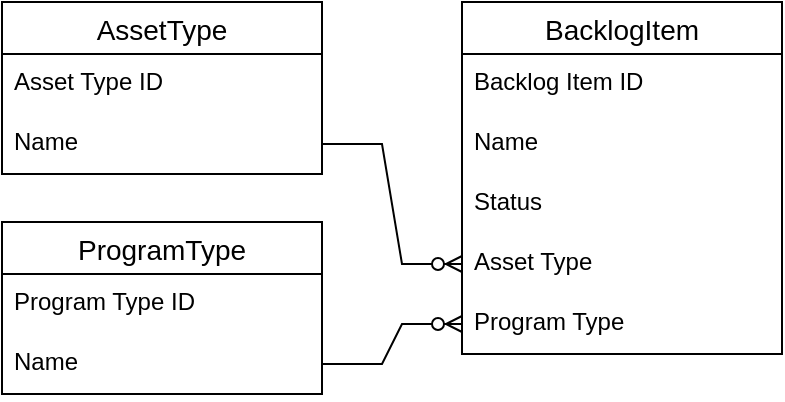
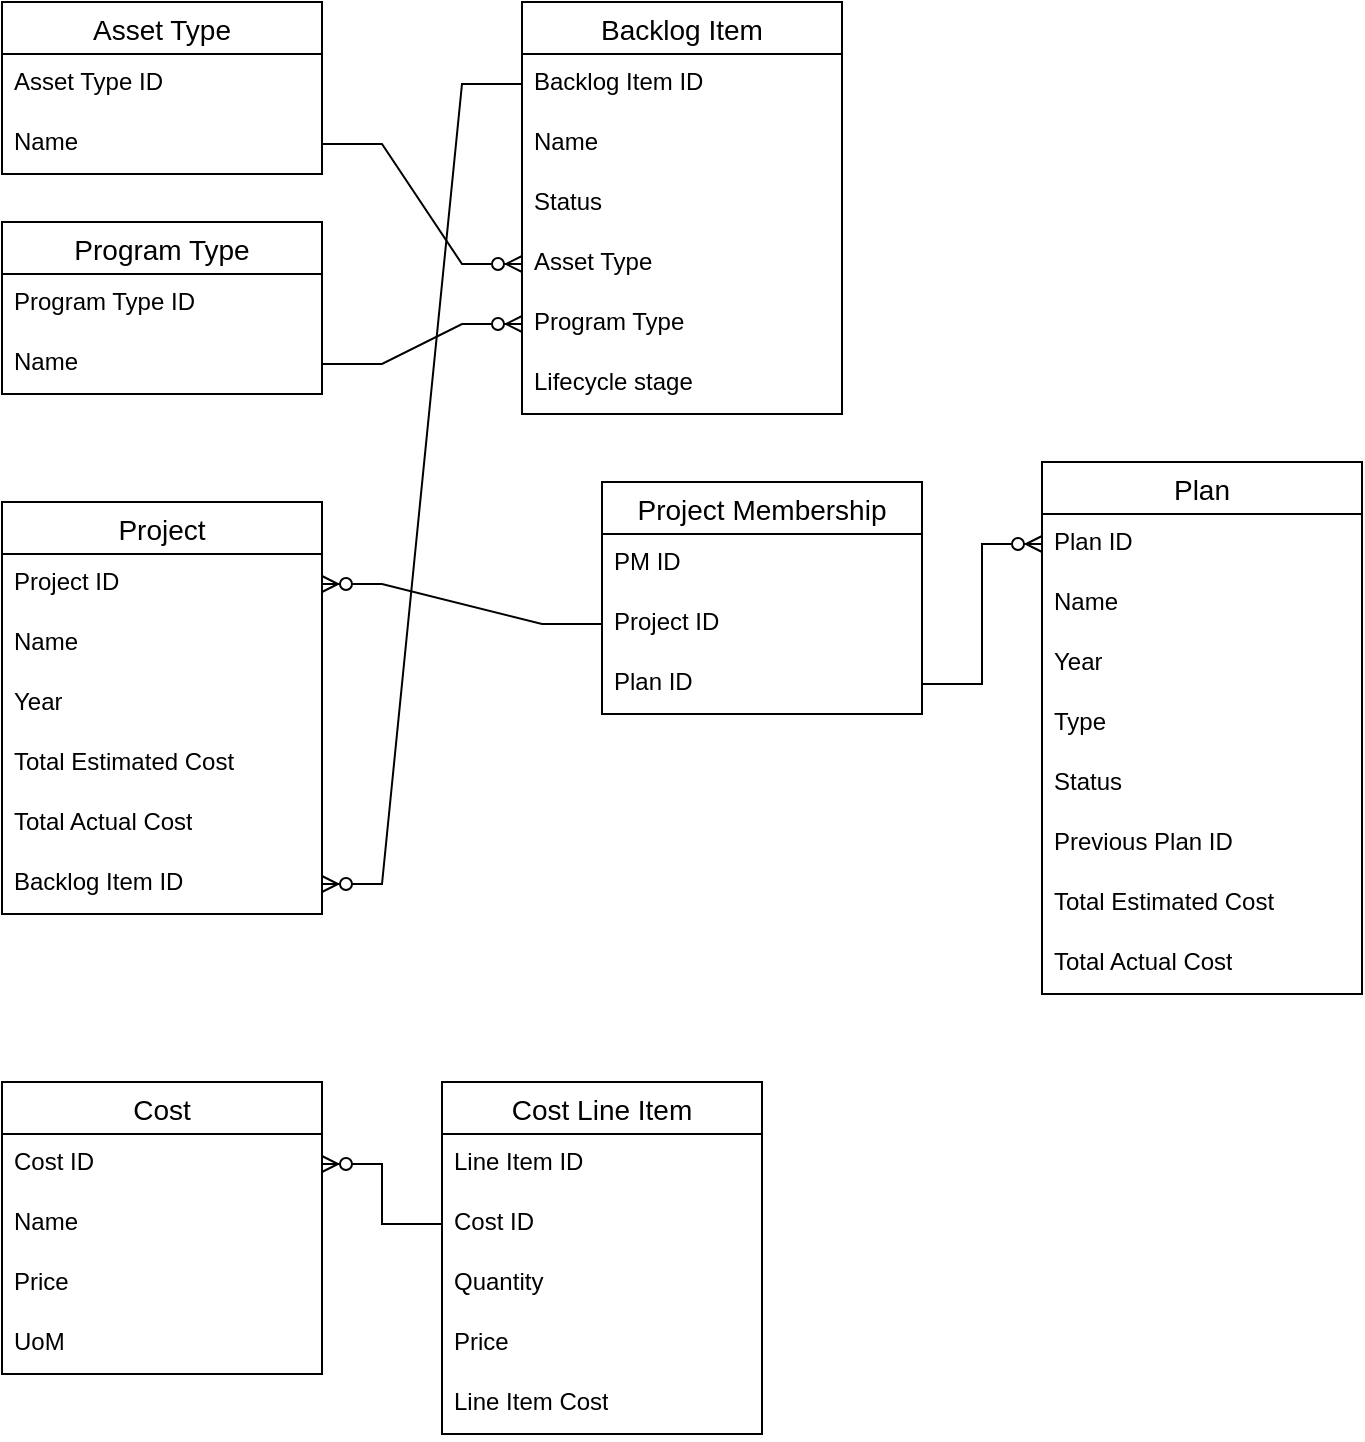
<mxfile host="app.diagrams.net" agent="Mozilla/5.0 (Windows NT 10.0; Win64; x64; rv:152.0) Gecko/20100101 Firefox/152.0">
  <diagram name="Page-1" id="SS4VlzMvfaLE4J7oMdR6">
    <mxGraphModel dx="1178" dy="649" grid="1" gridSize="10" guides="1" tooltips="1" connect="1" arrows="1" fold="1" page="1" pageScale="1" pageWidth="850" pageHeight="1100" math="0" shadow="0">
      <root>
        <mxCell id="0" />
        <mxCell id="1" parent="0" />
-         <mxCell id="-pVWP6vscBkAqgU3yTl7-28" parent="1" style="swimlane;fontStyle=0;childLayout=stackLayout;horizontal=1;startSize=26;horizontalStack=0;resizeParent=1;resizeParentMax=0;resizeLast=0;collapsible=1;marginBottom=0;align=center;fontSize=14;" value="BacklogItem" vertex="1">
-           <mxGeometry height="176" width="160" x="270" y="40" as="geometry">
+         <mxCell id="-pVWP6vscBkAqgU3yTl7-28" parent="1" style="swimlane;fontStyle=0;childLayout=stackLayout;horizontal=1;startSize=26;horizontalStack=0;resizeParent=1;resizeParentMax=0;resizeLast=0;collapsible=1;marginBottom=0;align=center;fontSize=14;" value="Backlog Item" vertex="1">
+           <mxGeometry height="206" width="160" x="300" y="40" as="geometry">
            <mxRectangle height="30" width="120" x="320" y="220" as="alternateBounds" />
          </mxGeometry>
        </mxCell>
        <mxCell id="-pVWP6vscBkAqgU3yTl7-29" parent="-pVWP6vscBkAqgU3yTl7-28" style="text;strokeColor=none;fillColor=none;spacingLeft=4;spacingRight=4;overflow=hidden;rotatable=0;points=[[0,0.5],[1,0.5]];portConstraint=eastwest;fontSize=12;whiteSpace=wrap;html=1;" value="Backlog Item ID" vertex="1">
          <mxGeometry height="30" width="160" y="26" as="geometry" />
        </mxCell>
        <mxCell id="-pVWP6vscBkAqgU3yTl7-30" parent="-pVWP6vscBkAqgU3yTl7-28" style="text;strokeColor=none;fillColor=none;spacingLeft=4;spacingRight=4;overflow=hidden;rotatable=0;points=[[0,0.5],[1,0.5]];portConstraint=eastwest;fontSize=12;whiteSpace=wrap;html=1;" value="Name" vertex="1">
          <mxGeometry height="30" width="160" y="56" as="geometry" />
        </mxCell>
        <mxCell id="-pVWP6vscBkAqgU3yTl7-31" parent="-pVWP6vscBkAqgU3yTl7-28" style="text;strokeColor=none;fillColor=none;spacingLeft=4;spacingRight=4;overflow=hidden;rotatable=0;points=[[0,0.5],[1,0.5]];portConstraint=eastwest;fontSize=12;whiteSpace=wrap;html=1;" value="Status" vertex="1">
          <mxGeometry height="30" width="160" y="86" as="geometry" />
        </mxCell>
        <mxCell id="-pVWP6vscBkAqgU3yTl7-32" parent="-pVWP6vscBkAqgU3yTl7-28" style="text;strokeColor=none;fillColor=none;spacingLeft=4;spacingRight=4;overflow=hidden;rotatable=0;points=[[0,0.5],[1,0.5]];portConstraint=eastwest;fontSize=12;whiteSpace=wrap;html=1;" value="Asset Type" vertex="1">
          <mxGeometry height="30" width="160" y="116" as="geometry" />
        </mxCell>
        <mxCell id="-pVWP6vscBkAqgU3yTl7-40" parent="-pVWP6vscBkAqgU3yTl7-28" style="text;strokeColor=none;fillColor=none;spacingLeft=4;spacingRight=4;overflow=hidden;rotatable=0;points=[[0,0.5],[1,0.5]];portConstraint=eastwest;fontSize=12;whiteSpace=wrap;html=1;" value="Program Type" vertex="1">
          <mxGeometry height="30" width="160" y="146" as="geometry" />
        </mxCell>
-         <mxCell id="-pVWP6vscBkAqgU3yTl7-33" parent="1" style="swimlane;fontStyle=0;childLayout=stackLayout;horizontal=1;startSize=26;horizontalStack=0;resizeParent=1;resizeParentMax=0;resizeLast=0;collapsible=1;marginBottom=0;align=center;fontSize=14;" value="AssetType" vertex="1">
+         <mxCell id="-pVWP6vscBkAqgU3yTl7-57" parent="-pVWP6vscBkAqgU3yTl7-28" style="text;strokeColor=none;fillColor=none;spacingLeft=4;spacingRight=4;overflow=hidden;rotatable=0;points=[[0,0.5],[1,0.5]];portConstraint=eastwest;fontSize=12;whiteSpace=wrap;html=1;" value="Lifecycle stage" vertex="1">
+           <mxGeometry height="30" width="160" y="176" as="geometry" />
+         </mxCell>
+         <mxCell id="-pVWP6vscBkAqgU3yTl7-33" parent="1" style="swimlane;fontStyle=0;childLayout=stackLayout;horizontal=1;startSize=26;horizontalStack=0;resizeParent=1;resizeParentMax=0;resizeLast=0;collapsible=1;marginBottom=0;align=center;fontSize=14;" value="Asset Type" vertex="1">
          <mxGeometry height="86" width="160" x="40" y="40" as="geometry" />
        </mxCell>
        <mxCell id="-pVWP6vscBkAqgU3yTl7-34" parent="-pVWP6vscBkAqgU3yTl7-33" style="text;strokeColor=none;fillColor=none;spacingLeft=4;spacingRight=4;overflow=hidden;rotatable=0;points=[[0,0.5],[1,0.5]];portConstraint=eastwest;fontSize=12;whiteSpace=wrap;html=1;" value="Asset Type ID" vertex="1">
          <mxGeometry height="30" width="160" y="26" as="geometry" />
        </mxCell>
        <mxCell id="-pVWP6vscBkAqgU3yTl7-35" parent="-pVWP6vscBkAqgU3yTl7-33" style="text;strokeColor=none;fillColor=none;spacingLeft=4;spacingRight=4;overflow=hidden;rotatable=0;points=[[0,0.5],[1,0.5]];portConstraint=eastwest;fontSize=12;whiteSpace=wrap;html=1;" value="Name" vertex="1">
          <mxGeometry height="30" width="160" y="56" as="geometry" />
        </mxCell>
        <mxCell id="-pVWP6vscBkAqgU3yTl7-39" edge="1" parent="1" source="-pVWP6vscBkAqgU3yTl7-35" style="edgeStyle=entityRelationEdgeStyle;fontSize=12;html=1;endArrow=ERzeroToMany;endFill=1;rounded=0;" target="-pVWP6vscBkAqgU3yTl7-32" value="">
          <mxGeometry height="100" relative="1" width="100" as="geometry">
            <mxPoint x="160" y="440" as="sourcePoint" />
            <mxPoint x="260" y="340" as="targetPoint" />
          </mxGeometry>
        </mxCell>
-         <mxCell id="-pVWP6vscBkAqgU3yTl7-41" parent="1" style="swimlane;fontStyle=0;childLayout=stackLayout;horizontal=1;startSize=26;horizontalStack=0;resizeParent=1;resizeParentMax=0;resizeLast=0;collapsible=1;marginBottom=0;align=center;fontSize=14;" value="ProgramType" vertex="1">
+         <mxCell id="-pVWP6vscBkAqgU3yTl7-41" parent="1" style="swimlane;fontStyle=0;childLayout=stackLayout;horizontal=1;startSize=26;horizontalStack=0;resizeParent=1;resizeParentMax=0;resizeLast=0;collapsible=1;marginBottom=0;align=center;fontSize=14;" value="Program Type" vertex="1">
          <mxGeometry height="86" width="160" x="40" y="150" as="geometry" />
        </mxCell>
        <mxCell id="-pVWP6vscBkAqgU3yTl7-42" parent="-pVWP6vscBkAqgU3yTl7-41" style="text;strokeColor=none;fillColor=none;spacingLeft=4;spacingRight=4;overflow=hidden;rotatable=0;points=[[0,0.5],[1,0.5]];portConstraint=eastwest;fontSize=12;whiteSpace=wrap;html=1;" value="Program Type ID" vertex="1">
          <mxGeometry height="30" width="160" y="26" as="geometry" />
        </mxCell>
        <mxCell id="-pVWP6vscBkAqgU3yTl7-43" parent="-pVWP6vscBkAqgU3yTl7-41" style="text;strokeColor=none;fillColor=none;spacingLeft=4;spacingRight=4;overflow=hidden;rotatable=0;points=[[0,0.5],[1,0.5]];portConstraint=eastwest;fontSize=12;whiteSpace=wrap;html=1;" value="Name" vertex="1">
          <mxGeometry height="30" width="160" y="56" as="geometry" />
        </mxCell>
        <mxCell id="-pVWP6vscBkAqgU3yTl7-44" edge="1" parent="1" source="-pVWP6vscBkAqgU3yTl7-43" style="edgeStyle=entityRelationEdgeStyle;fontSize=12;html=1;endArrow=ERzeroToMany;endFill=1;rounded=0;" target="-pVWP6vscBkAqgU3yTl7-40" value="">
          <mxGeometry height="100" relative="1" width="100" as="geometry">
            <mxPoint x="220" y="230" as="sourcePoint" />
            <mxPoint x="290" y="290" as="targetPoint" />
          </mxGeometry>
        </mxCell>
+         <mxCell id="-pVWP6vscBkAqgU3yTl7-45" parent="1" style="swimlane;fontStyle=0;childLayout=stackLayout;horizontal=1;startSize=26;horizontalStack=0;resizeParent=1;resizeParentMax=0;resizeLast=0;collapsible=1;marginBottom=0;align=center;fontSize=14;" value="Project" vertex="1">
+           <mxGeometry height="206" width="160" x="40" y="290" as="geometry" />
+         </mxCell>
+         <mxCell id="-pVWP6vscBkAqgU3yTl7-46" parent="-pVWP6vscBkAqgU3yTl7-45" style="text;strokeColor=none;fillColor=none;spacingLeft=4;spacingRight=4;overflow=hidden;rotatable=0;points=[[0,0.5],[1,0.5]];portConstraint=eastwest;fontSize=12;whiteSpace=wrap;html=1;" value="Project ID" vertex="1">
+           <mxGeometry height="30" width="160" y="26" as="geometry" />
+         </mxCell>
+         <mxCell id="-pVWP6vscBkAqgU3yTl7-47" parent="-pVWP6vscBkAqgU3yTl7-45" style="text;strokeColor=none;fillColor=none;spacingLeft=4;spacingRight=4;overflow=hidden;rotatable=0;points=[[0,0.5],[1,0.5]];portConstraint=eastwest;fontSize=12;whiteSpace=wrap;html=1;" value="Name" vertex="1">
+           <mxGeometry height="30" width="160" y="56" as="geometry" />
+         </mxCell>
+         <mxCell id="-pVWP6vscBkAqgU3yTl7-48" parent="-pVWP6vscBkAqgU3yTl7-45" style="text;strokeColor=none;fillColor=none;spacingLeft=4;spacingRight=4;overflow=hidden;rotatable=0;points=[[0,0.5],[1,0.5]];portConstraint=eastwest;fontSize=12;whiteSpace=wrap;html=1;" value="Year" vertex="1">
+           <mxGeometry height="30" width="160" y="86" as="geometry" />
+         </mxCell>
+         <mxCell id="-pVWP6vscBkAqgU3yTl7-59" parent="-pVWP6vscBkAqgU3yTl7-45" style="text;strokeColor=none;fillColor=none;spacingLeft=4;spacingRight=4;overflow=hidden;rotatable=0;points=[[0,0.5],[1,0.5]];portConstraint=eastwest;fontSize=12;whiteSpace=wrap;html=1;" value="Total Estimated Cost" vertex="1">
+           <mxGeometry height="30" width="160" y="116" as="geometry" />
+         </mxCell>
+         <mxCell id="-pVWP6vscBkAqgU3yTl7-58" parent="-pVWP6vscBkAqgU3yTl7-45" style="text;strokeColor=none;fillColor=none;spacingLeft=4;spacingRight=4;overflow=hidden;rotatable=0;points=[[0,0.5],[1,0.5]];portConstraint=eastwest;fontSize=12;whiteSpace=wrap;html=1;" value="Total Actual Cost" vertex="1">
+           <mxGeometry height="30" width="160" y="146" as="geometry" />
+         </mxCell>
+         <mxCell id="-pVWP6vscBkAqgU3yTl7-62" parent="-pVWP6vscBkAqgU3yTl7-45" style="text;strokeColor=none;fillColor=none;spacingLeft=4;spacingRight=4;overflow=hidden;rotatable=0;points=[[0,0.5],[1,0.5]];portConstraint=eastwest;fontSize=12;whiteSpace=wrap;html=1;" value="Backlog Item ID" vertex="1">
+           <mxGeometry height="30" width="160" y="176" as="geometry" />
+         </mxCell>
+         <mxCell id="-pVWP6vscBkAqgU3yTl7-49" parent="1" style="swimlane;fontStyle=0;childLayout=stackLayout;horizontal=1;startSize=26;horizontalStack=0;resizeParent=1;resizeParentMax=0;resizeLast=0;collapsible=1;marginBottom=0;align=center;fontSize=14;" value="Plan" vertex="1">
+           <mxGeometry height="266" width="160" x="560" y="270" as="geometry" />
+         </mxCell>
+         <mxCell id="-pVWP6vscBkAqgU3yTl7-50" parent="-pVWP6vscBkAqgU3yTl7-49" style="text;strokeColor=none;fillColor=none;spacingLeft=4;spacingRight=4;overflow=hidden;rotatable=0;points=[[0,0.5],[1,0.5]];portConstraint=eastwest;fontSize=12;whiteSpace=wrap;html=1;" value="Plan ID" vertex="1">
+           <mxGeometry height="30" width="160" y="26" as="geometry" />
+         </mxCell>
+         <mxCell id="-pVWP6vscBkAqgU3yTl7-51" parent="-pVWP6vscBkAqgU3yTl7-49" style="text;strokeColor=none;fillColor=none;spacingLeft=4;spacingRight=4;overflow=hidden;rotatable=0;points=[[0,0.5],[1,0.5]];portConstraint=eastwest;fontSize=12;whiteSpace=wrap;html=1;" value="Name" vertex="1">
+           <mxGeometry height="30" width="160" y="56" as="geometry" />
+         </mxCell>
+         <mxCell id="-pVWP6vscBkAqgU3yTl7-52" parent="-pVWP6vscBkAqgU3yTl7-49" style="text;strokeColor=none;fillColor=none;spacingLeft=4;spacingRight=4;overflow=hidden;rotatable=0;points=[[0,0.5],[1,0.5]];portConstraint=eastwest;fontSize=12;whiteSpace=wrap;html=1;" value="Year" vertex="1">
+           <mxGeometry height="30" width="160" y="86" as="geometry" />
+         </mxCell>
+         <mxCell id="-pVWP6vscBkAqgU3yTl7-66" parent="-pVWP6vscBkAqgU3yTl7-49" style="text;strokeColor=none;fillColor=none;spacingLeft=4;spacingRight=4;overflow=hidden;rotatable=0;points=[[0,0.5],[1,0.5]];portConstraint=eastwest;fontSize=12;whiteSpace=wrap;html=1;" value="&lt;div&gt;Type&lt;/div&gt;" vertex="1">
+           <mxGeometry height="30" width="160" y="116" as="geometry" />
+         </mxCell>
+         <mxCell id="-pVWP6vscBkAqgU3yTl7-65" parent="-pVWP6vscBkAqgU3yTl7-49" style="text;strokeColor=none;fillColor=none;spacingLeft=4;spacingRight=4;overflow=hidden;rotatable=0;points=[[0,0.5],[1,0.5]];portConstraint=eastwest;fontSize=12;whiteSpace=wrap;html=1;" value="Status" vertex="1">
+           <mxGeometry height="30" width="160" y="146" as="geometry" />
+         </mxCell>
+         <mxCell id="-pVWP6vscBkAqgU3yTl7-67" parent="-pVWP6vscBkAqgU3yTl7-49" style="text;strokeColor=none;fillColor=none;spacingLeft=4;spacingRight=4;overflow=hidden;rotatable=0;points=[[0,0.5],[1,0.5]];portConstraint=eastwest;fontSize=12;whiteSpace=wrap;html=1;" value="Previous Plan ID" vertex="1">
+           <mxGeometry height="30" width="160" y="176" as="geometry" />
+         </mxCell>
+         <mxCell id="-pVWP6vscBkAqgU3yTl7-81" parent="-pVWP6vscBkAqgU3yTl7-49" style="text;strokeColor=none;fillColor=none;spacingLeft=4;spacingRight=4;overflow=hidden;rotatable=0;points=[[0,0.5],[1,0.5]];portConstraint=eastwest;fontSize=12;whiteSpace=wrap;html=1;" value="Total Estimated Cost" vertex="1">
+           <mxGeometry height="30" width="160" y="206" as="geometry" />
+         </mxCell>
+         <mxCell id="-pVWP6vscBkAqgU3yTl7-80" parent="-pVWP6vscBkAqgU3yTl7-49" style="text;strokeColor=none;fillColor=none;spacingLeft=4;spacingRight=4;overflow=hidden;rotatable=0;points=[[0,0.5],[1,0.5]];portConstraint=eastwest;fontSize=12;whiteSpace=wrap;html=1;" value="Total Actual Cost" vertex="1">
+           <mxGeometry height="30" width="160" y="236" as="geometry" />
+         </mxCell>
+         <mxCell id="-pVWP6vscBkAqgU3yTl7-53" parent="1" style="swimlane;fontStyle=0;childLayout=stackLayout;horizontal=1;startSize=26;horizontalStack=0;resizeParent=1;resizeParentMax=0;resizeLast=0;collapsible=1;marginBottom=0;align=center;fontSize=14;" value="Project Membership" vertex="1">
+           <mxGeometry height="116" width="160" x="340" y="280" as="geometry" />
+         </mxCell>
+         <mxCell id="-pVWP6vscBkAqgU3yTl7-54" parent="-pVWP6vscBkAqgU3yTl7-53" style="text;strokeColor=none;fillColor=none;spacingLeft=4;spacingRight=4;overflow=hidden;rotatable=0;points=[[0,0.5],[1,0.5]];portConstraint=eastwest;fontSize=12;whiteSpace=wrap;html=1;" value="&lt;div&gt;PM ID&lt;/div&gt;" vertex="1">
+           <mxGeometry height="30" width="160" y="26" as="geometry" />
+         </mxCell>
+         <mxCell id="-pVWP6vscBkAqgU3yTl7-55" parent="-pVWP6vscBkAqgU3yTl7-53" style="text;strokeColor=none;fillColor=none;spacingLeft=4;spacingRight=4;overflow=hidden;rotatable=0;points=[[0,0.5],[1,0.5]];portConstraint=eastwest;fontSize=12;whiteSpace=wrap;html=1;" value="Project ID" vertex="1">
+           <mxGeometry height="30" width="160" y="56" as="geometry" />
+         </mxCell>
+         <mxCell id="-pVWP6vscBkAqgU3yTl7-56" parent="-pVWP6vscBkAqgU3yTl7-53" style="text;strokeColor=none;fillColor=none;spacingLeft=4;spacingRight=4;overflow=hidden;rotatable=0;points=[[0,0.5],[1,0.5]];portConstraint=eastwest;fontSize=12;whiteSpace=wrap;html=1;" value="Plan ID" vertex="1">
+           <mxGeometry height="30" width="160" y="86" as="geometry" />
+         </mxCell>
+         <mxCell id="-pVWP6vscBkAqgU3yTl7-60" edge="1" parent="1" source="-pVWP6vscBkAqgU3yTl7-29" style="edgeStyle=entityRelationEdgeStyle;fontSize=12;html=1;endArrow=ERzeroToMany;endFill=1;rounded=0;" target="-pVWP6vscBkAqgU3yTl7-62" value="">
+           <mxGeometry height="100" relative="1" width="100" as="geometry">
+             <mxPoint x="455" y="490" as="sourcePoint" />
+             <mxPoint x="385" y="460" as="targetPoint" />
+           </mxGeometry>
+         </mxCell>
+         <mxCell id="-pVWP6vscBkAqgU3yTl7-61" edge="1" parent="1" source="-pVWP6vscBkAqgU3yTl7-56" style="edgeStyle=entityRelationEdgeStyle;fontSize=12;html=1;endArrow=ERzeroToMany;endFill=1;rounded=0;" target="-pVWP6vscBkAqgU3yTl7-50" value="">
+           <mxGeometry height="100" relative="1" width="100" as="geometry">
+             <mxPoint x="470" y="463" as="sourcePoint" />
+             <mxPoint x="390" y="273" as="targetPoint" />
+           </mxGeometry>
+         </mxCell>
+         <mxCell id="-pVWP6vscBkAqgU3yTl7-64" edge="1" parent="1" source="-pVWP6vscBkAqgU3yTl7-55" style="edgeStyle=entityRelationEdgeStyle;fontSize=12;html=1;endArrow=ERzeroToMany;endFill=1;rounded=0;" target="-pVWP6vscBkAqgU3yTl7-46" value="">
+           <mxGeometry height="100" relative="1" width="100" as="geometry">
+             <mxPoint x="510" y="138" as="sourcePoint" />
+             <mxPoint x="460" y="538" as="targetPoint" />
+           </mxGeometry>
+         </mxCell>
+         <mxCell id="-pVWP6vscBkAqgU3yTl7-68" parent="1" style="swimlane;fontStyle=0;childLayout=stackLayout;horizontal=1;startSize=26;horizontalStack=0;resizeParent=1;resizeParentMax=0;resizeLast=0;collapsible=1;marginBottom=0;align=center;fontSize=14;" value="Cost" vertex="1">
+           <mxGeometry height="146" width="160" x="40" y="580" as="geometry" />
+         </mxCell>
+         <mxCell id="-pVWP6vscBkAqgU3yTl7-69" parent="-pVWP6vscBkAqgU3yTl7-68" style="text;strokeColor=none;fillColor=none;spacingLeft=4;spacingRight=4;overflow=hidden;rotatable=0;points=[[0,0.5],[1,0.5]];portConstraint=eastwest;fontSize=12;whiteSpace=wrap;html=1;" value="Cost ID" vertex="1">
+           <mxGeometry height="30" width="160" y="26" as="geometry" />
+         </mxCell>
+         <mxCell id="-pVWP6vscBkAqgU3yTl7-70" parent="-pVWP6vscBkAqgU3yTl7-68" style="text;strokeColor=none;fillColor=none;spacingLeft=4;spacingRight=4;overflow=hidden;rotatable=0;points=[[0,0.5],[1,0.5]];portConstraint=eastwest;fontSize=12;whiteSpace=wrap;html=1;" value="Name" vertex="1">
+           <mxGeometry height="30" width="160" y="56" as="geometry" />
+         </mxCell>
+         <mxCell id="-pVWP6vscBkAqgU3yTl7-71" parent="-pVWP6vscBkAqgU3yTl7-68" style="text;strokeColor=none;fillColor=none;spacingLeft=4;spacingRight=4;overflow=hidden;rotatable=0;points=[[0,0.5],[1,0.5]];portConstraint=eastwest;fontSize=12;whiteSpace=wrap;html=1;" value="Price" vertex="1">
+           <mxGeometry height="30" width="160" y="86" as="geometry" />
+         </mxCell>
+         <mxCell id="-pVWP6vscBkAqgU3yTl7-72" parent="-pVWP6vscBkAqgU3yTl7-68" style="text;strokeColor=none;fillColor=none;spacingLeft=4;spacingRight=4;overflow=hidden;rotatable=0;points=[[0,0.5],[1,0.5]];portConstraint=eastwest;fontSize=12;whiteSpace=wrap;html=1;" value="UoM" vertex="1">
+           <mxGeometry height="30" width="160" y="116" as="geometry" />
+         </mxCell>
+         <mxCell id="-pVWP6vscBkAqgU3yTl7-73" parent="1" style="swimlane;fontStyle=0;childLayout=stackLayout;horizontal=1;startSize=26;horizontalStack=0;resizeParent=1;resizeParentMax=0;resizeLast=0;collapsible=1;marginBottom=0;align=center;fontSize=14;" value="Cost Line Item" vertex="1">
+           <mxGeometry height="176" width="160" x="260" y="580" as="geometry" />
+         </mxCell>
+         <mxCell id="-pVWP6vscBkAqgU3yTl7-74" parent="-pVWP6vscBkAqgU3yTl7-73" style="text;strokeColor=none;fillColor=none;spacingLeft=4;spacingRight=4;overflow=hidden;rotatable=0;points=[[0,0.5],[1,0.5]];portConstraint=eastwest;fontSize=12;whiteSpace=wrap;html=1;" value="Line Item ID" vertex="1">
+           <mxGeometry height="30" width="160" y="26" as="geometry" />
+         </mxCell>
+         <mxCell id="-pVWP6vscBkAqgU3yTl7-75" parent="-pVWP6vscBkAqgU3yTl7-73" style="text;strokeColor=none;fillColor=none;spacingLeft=4;spacingRight=4;overflow=hidden;rotatable=0;points=[[0,0.5],[1,0.5]];portConstraint=eastwest;fontSize=12;whiteSpace=wrap;html=1;" value="Cost ID" vertex="1">
+           <mxGeometry height="30" width="160" y="56" as="geometry" />
+         </mxCell>
+         <mxCell id="-pVWP6vscBkAqgU3yTl7-76" parent="-pVWP6vscBkAqgU3yTl7-73" style="text;strokeColor=none;fillColor=none;spacingLeft=4;spacingRight=4;overflow=hidden;rotatable=0;points=[[0,0.5],[1,0.5]];portConstraint=eastwest;fontSize=12;whiteSpace=wrap;html=1;" value="Quantity" vertex="1">
+           <mxGeometry height="30" width="160" y="86" as="geometry" />
+         </mxCell>
+         <mxCell id="-pVWP6vscBkAqgU3yTl7-78" parent="-pVWP6vscBkAqgU3yTl7-73" style="text;strokeColor=none;fillColor=none;spacingLeft=4;spacingRight=4;overflow=hidden;rotatable=0;points=[[0,0.5],[1,0.5]];portConstraint=eastwest;fontSize=12;whiteSpace=wrap;html=1;" value="Price" vertex="1">
+           <mxGeometry height="30" width="160" y="116" as="geometry" />
+         </mxCell>
+         <mxCell id="-pVWP6vscBkAqgU3yTl7-79" parent="-pVWP6vscBkAqgU3yTl7-73" style="text;strokeColor=none;fillColor=none;spacingLeft=4;spacingRight=4;overflow=hidden;rotatable=0;points=[[0,0.5],[1,0.5]];portConstraint=eastwest;fontSize=12;whiteSpace=wrap;html=1;" value="Line Item Cost" vertex="1">
+           <mxGeometry height="30" width="160" y="146" as="geometry" />
+         </mxCell>
+         <mxCell id="-pVWP6vscBkAqgU3yTl7-77" edge="1" parent="1" source="-pVWP6vscBkAqgU3yTl7-75" style="edgeStyle=entityRelationEdgeStyle;fontSize=12;html=1;endArrow=ERzeroToMany;endFill=1;rounded=0;" target="-pVWP6vscBkAqgU3yTl7-69" value="">
+           <mxGeometry height="100" relative="1" width="100" as="geometry">
+             <mxPoint x="440" y="496" as="sourcePoint" />
+             <mxPoint x="300" y="476" as="targetPoint" />
+           </mxGeometry>
+         </mxCell>
      </root>
    </mxGraphModel>
  </diagram>
</mxfile>
